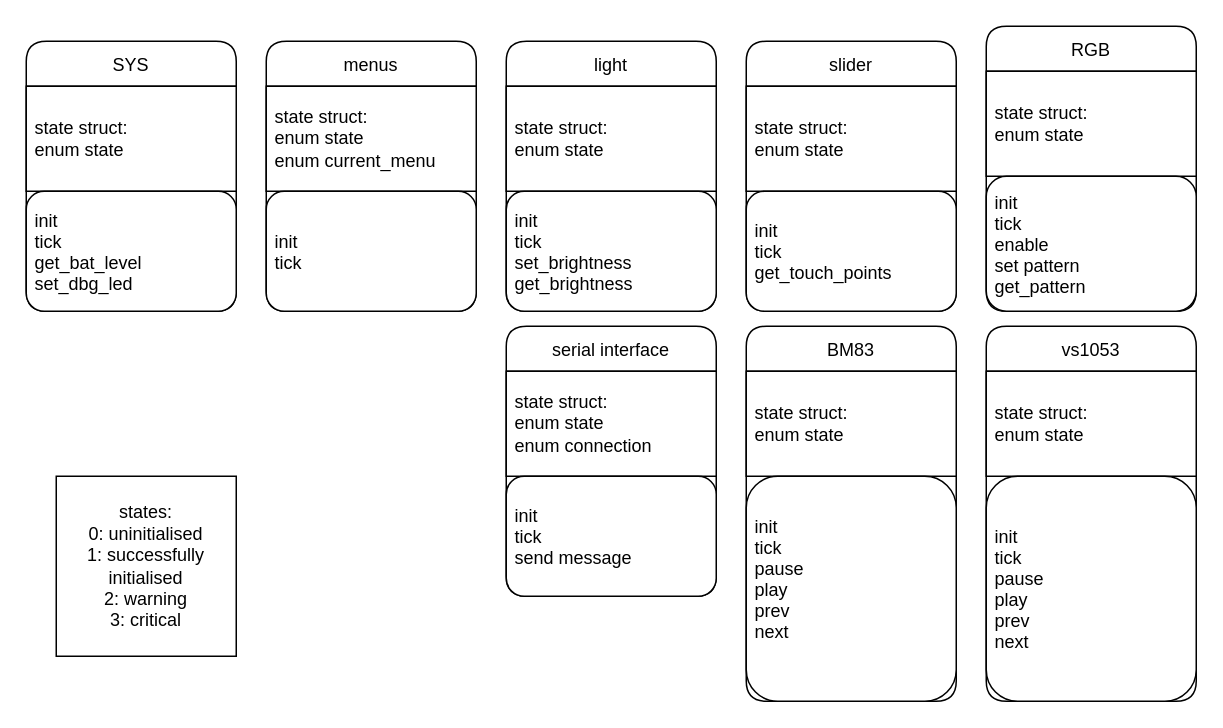
The draw.io diagram V2/code/M0 firmware/program layout.drawio in Scaniox/Glassphones, before the edit. Source tidied: cells renumbered, new cells numbered last; positions are measured from the earlier drawing's top-left corner, leaving out a move shared by most shapes. Both pictures are drawn from the tidied source at 150%, with x=0, y=0 at pixel (26, 26).
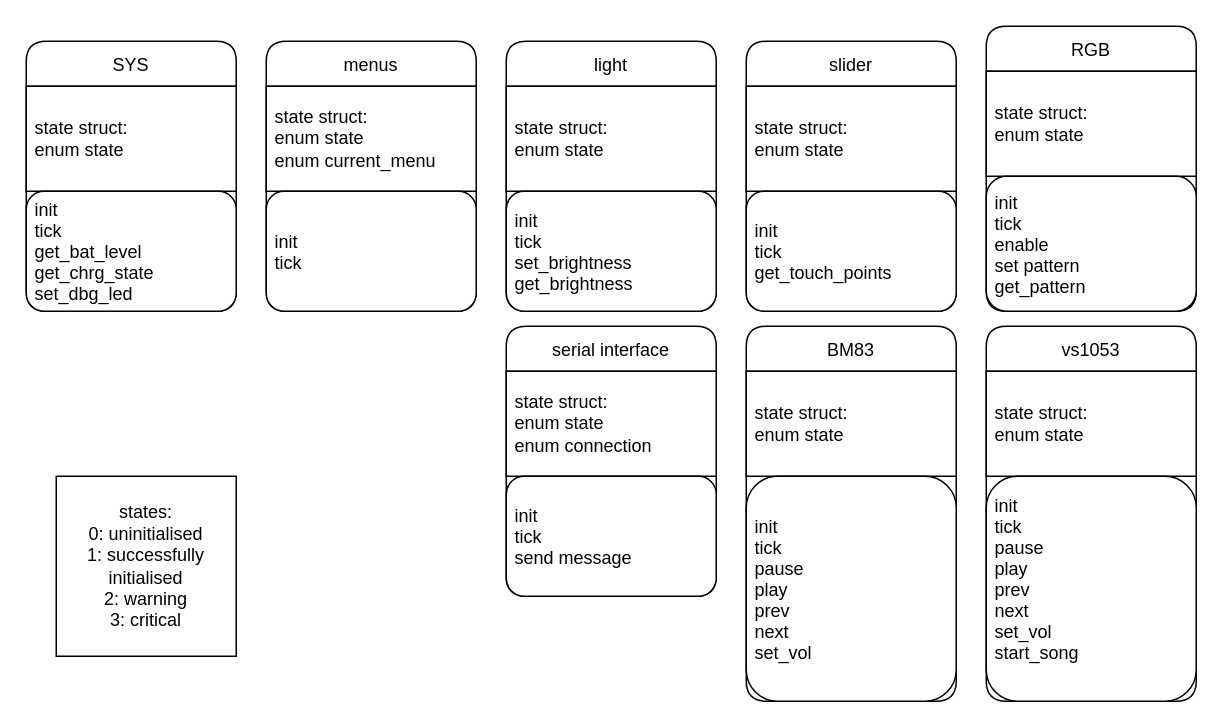
The same diagram, later.

Commit message (it also covers changes not shown here):
05 11 22 program layout

The change refers to these unchanged cells:
```xml
<mxCell id="2" value="BM83" style="swimlane;fontStyle=0;horizontal=1;startSize=30;rounded=1;swimlaneFillColor=default;" parent="1" vertex="1">
  <mxGeometry x="480" y="200" width="140" height="250" as="geometry" />
</mxCell>
<mxCell id="6" value="SYS" style="swimlane;fontStyle=0;horizontal=1;startSize=30;rounded=1;swimlaneFillColor=default;" parent="1" vertex="1">
  <mxGeometry y="10" width="140" height="180" as="geometry" />
</mxCell>
<mxCell id="12" value="vs1053" style="swimlane;fontStyle=0;horizontal=1;startSize=30;rounded=1;swimlaneFillColor=default;" parent="1" vertex="1">
  <mxGeometry x="640" y="200" width="140" height="250" as="geometry" />
</mxCell>
```

The edit, as a diff of the source:
```diff
@@
-    <mxCell id="4" value="init&#10;tick&#10;pause&#10;play&#10;prev&#10;next&#10;" style="text;strokeColor=default;fillColor=default;align=left;verticalAlign=middle;spacingLeft=4;spacingRight=4;overflow=hidden;rounded=1;shadow=0;" parent="2" vertex="1">
+    <mxCell id="4" value="init&#10;tick&#10;pause&#10;play&#10;prev&#10;next&#10;set_vol" style="text;strokeColor=default;fillColor=default;align=left;verticalAlign=middle;spacingLeft=4;spacingRight=4;overflow=hidden;rounded=1;shadow=0;" parent="2" vertex="1">
       <mxGeometry y="100" width="140" height="150" as="geometry" />
     </mxCell>
@@
-    <mxCell id="8" value="init&#10;tick&#10;get_bat_level&#10;set_dbg_led" style="text;strokeColor=default;fillColor=default;align=left;verticalAlign=middle;spacingLeft=4;spacingRight=4;overflow=hidden;rounded=1;shadow=0;" parent="6" vertex="1">
+    <mxCell id="8" value="init&#10;tick&#10;get_bat_level&#10;get_chrg_state&#10;set_dbg_led" style="text;strokeColor=default;fillColor=default;align=left;verticalAlign=middle;spacingLeft=4;spacingRight=4;overflow=hidden;rounded=1;shadow=0;" parent="6" vertex="1">
       <mxGeometry y="100" width="140" height="80" as="geometry" />
     </mxCell>
@@
-    <mxCell id="14" value="init&#10;tick&#10;pause &#10;play&#10;prev&#10;next" style="text;strokeColor=default;fillColor=default;align=left;verticalAlign=middle;spacingLeft=4;spacingRight=4;overflow=hidden;rounded=1;shadow=0;" parent="12" vertex="1">
+    <mxCell id="14" value="init&#10;tick&#10;pause &#10;play&#10;prev&#10;next&#10;set_vol&#10;start_song&#10;" style="text;strokeColor=default;fillColor=default;align=left;verticalAlign=middle;spacingLeft=4;spacingRight=4;overflow=hidden;rounded=1;shadow=0;" parent="12" vertex="1">
       <mxGeometry y="100" width="140" height="150" as="geometry" />
     </mxCell>
```
